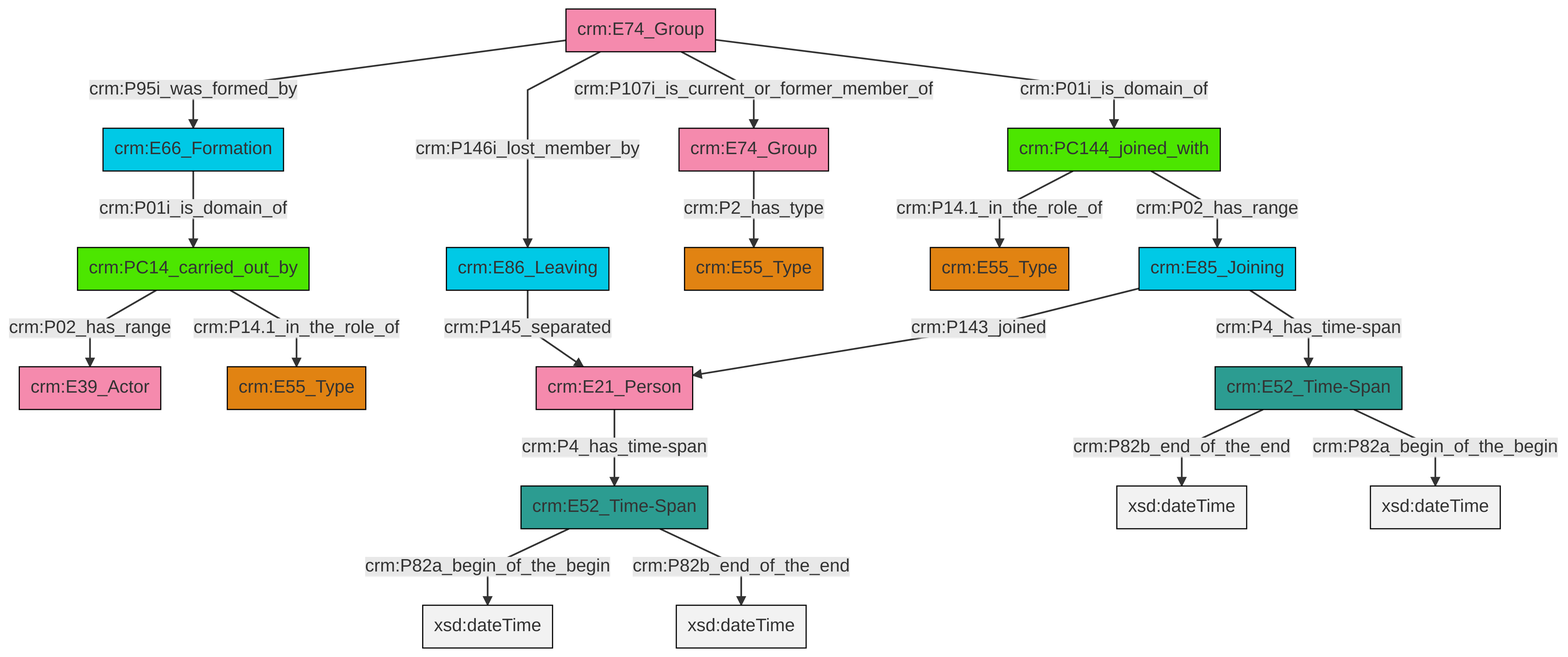
The Mermaid diagram et/groupCSV/ttl/mmd/png/group_actor_relations.png in swiss-art-research-net/reference-data-models, before a commit. Its source is kept beside it as et/groupCSV/ttl/mmd/group_actor_relations.ttl.mmd. The source it was exported from:
```mermaid
graph TD
classDef Literal fill:#f2f2f2,stroke:#000000;
classDef CRM_Entity fill:#FFFFFF,stroke:#000000;
classDef Temporal_Entity fill:#00C9E6, stroke:#000000;
classDef Type fill:#E18312, stroke:#000000;
classDef Time-Span fill:#2C9C91, stroke:#000000;
classDef Appellation fill:#FFEB7F, stroke:#000000;
classDef Place fill:#008836, stroke:#000000;
classDef Persistent_Item fill:#B266B2, stroke:#000000;
classDef Conceptual_Object fill:#FFD700, stroke:#000000;
classDef Physical_Thing fill:#D2B48C, stroke:#000000;
classDef Actor fill:#f58aad, stroke:#000000;
classDef PC_Classes fill:#4ce600, stroke:#000000;
classDef Multi fill:#cccccc,stroke:#000000;

2["crm:E86_Leaving"]:::Temporal_Entity -->|crm:P145_separated| 0["crm:E21_Person"]:::Actor
0["crm:E21_Person"]:::Actor -->|crm:P4_has_time-span| 3["crm:E52_Time-Span"]:::Time-Span
9["crm:E74_Group"]:::Actor -->|crm:P95i_was_formed_by| 10["crm:E66_Formation"]:::Temporal_Entity
9["crm:E74_Group"]:::Actor -->|crm:P146i_lost_member_by| 2["crm:E86_Leaving"]:::Temporal_Entity
10["crm:E66_Formation"]:::Temporal_Entity -->|crm:P01i_is_domain_of| 15["crm:PC14_carried_out_by"]:::PC_Classes
15["crm:PC14_carried_out_by"]:::PC_Classes -->|crm:P02_has_range| 20["crm:E39_Actor"]:::Actor
9["crm:E74_Group"]:::Actor -->|crm:P107i_is_current_or_former_member_of| 21["crm:E74_Group"]:::Actor
11["crm:E85_Joining"]:::Temporal_Entity -->|crm:P143_joined| 0["crm:E21_Person"]:::Actor
6["crm:PC144_joined_with"]:::PC_Classes -->|crm:P14.1_in_the_role_of| 16["crm:E55_Type"]:::Type
6["crm:PC144_joined_with"]:::PC_Classes -->|crm:P02_has_range| 11["crm:E85_Joining"]:::Temporal_Entity
4["crm:E52_Time-Span"]:::Time-Span -->|crm:P82b_end_of_the_end| 26[xsd:dateTime]:::Literal
3["crm:E52_Time-Span"]:::Time-Span -->|crm:P82a_begin_of_the_begin| 27[xsd:dateTime]:::Literal
21["crm:E74_Group"]:::Actor -->|crm:P2_has_type| 22["crm:E55_Type"]:::Type
4["crm:E52_Time-Span"]:::Time-Span -->|crm:P82a_begin_of_the_begin| 29[xsd:dateTime]:::Literal
3["crm:E52_Time-Span"]:::Time-Span -->|crm:P82b_end_of_the_end| 30[xsd:dateTime]:::Literal
15["crm:PC14_carried_out_by"]:::PC_Classes -->|crm:P14.1_in_the_role_of| 13["crm:E55_Type"]:::Type
9["crm:E74_Group"]:::Actor -->|crm:P01i_is_domain_of| 6["crm:PC144_joined_with"]:::PC_Classes
11["crm:E85_Joining"]:::Temporal_Entity -->|crm:P4_has_time-span| 4["crm:E52_Time-Span"]:::Time-Span
```
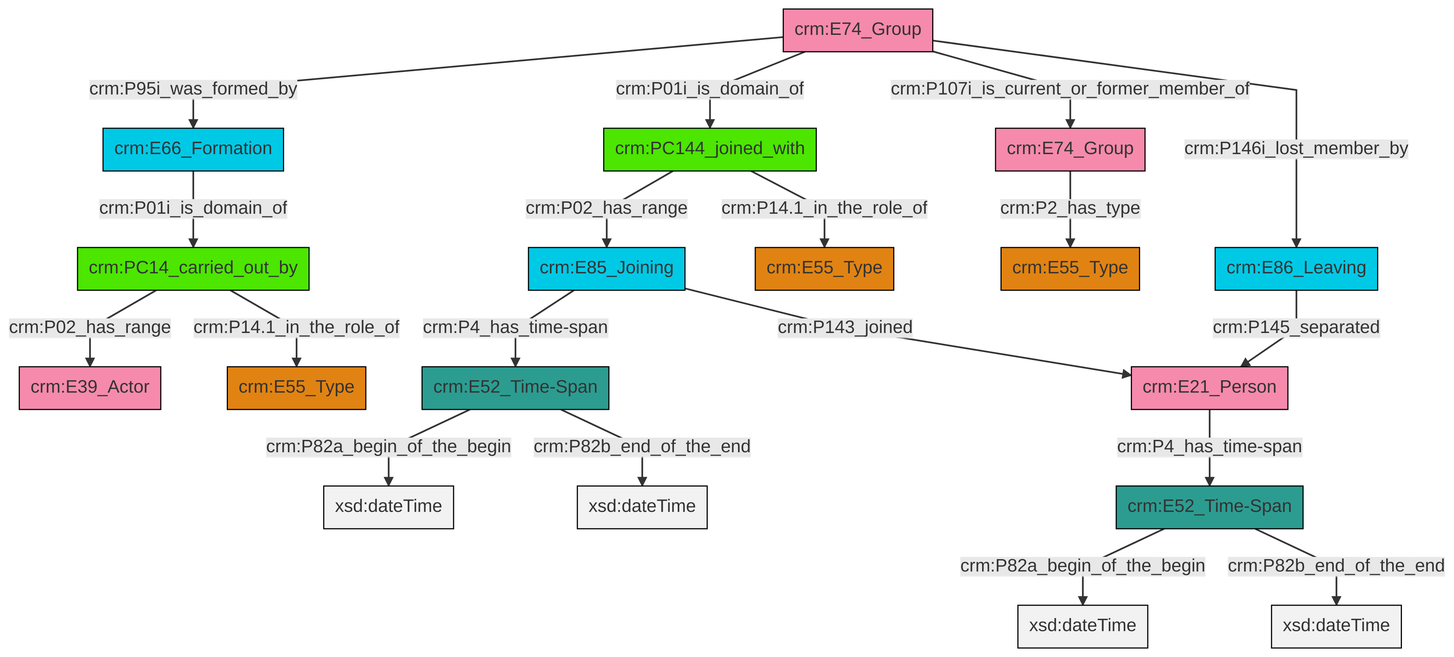
After the change.

Change to the diagram source:
```diff
@@ -13,21 +13,21 @@
 classDef PC_Classes fill:#4ce600, stroke:#000000;
 classDef Multi fill:#cccccc,stroke:#000000;
 
-2["crm:E86_Leaving"]:::Temporal_Entity -->|crm:P145_separated| 0["crm:E21_Person"]:::Actor
-0["crm:E21_Person"]:::Actor -->|crm:P4_has_time-span| 3["crm:E52_Time-Span"]:::Time-Span
-9["crm:E74_Group"]:::Actor -->|crm:P95i_was_formed_by| 10["crm:E66_Formation"]:::Temporal_Entity
-9["crm:E74_Group"]:::Actor -->|crm:P146i_lost_member_by| 2["crm:E86_Leaving"]:::Temporal_Entity
-10["crm:E66_Formation"]:::Temporal_Entity -->|crm:P01i_is_domain_of| 15["crm:PC14_carried_out_by"]:::PC_Classes
-15["crm:PC14_carried_out_by"]:::PC_Classes -->|crm:P02_has_range| 20["crm:E39_Actor"]:::Actor
-9["crm:E74_Group"]:::Actor -->|crm:P107i_is_current_or_former_member_of| 21["crm:E74_Group"]:::Actor
-11["crm:E85_Joining"]:::Temporal_Entity -->|crm:P143_joined| 0["crm:E21_Person"]:::Actor
-6["crm:PC144_joined_with"]:::PC_Classes -->|crm:P14.1_in_the_role_of| 16["crm:E55_Type"]:::Type
-6["crm:PC144_joined_with"]:::PC_Classes -->|crm:P02_has_range| 11["crm:E85_Joining"]:::Temporal_Entity
-4["crm:E52_Time-Span"]:::Time-Span -->|crm:P82b_end_of_the_end| 26[xsd:dateTime]:::Literal
-3["crm:E52_Time-Span"]:::Time-Span -->|crm:P82a_begin_of_the_begin| 27[xsd:dateTime]:::Literal
-21["crm:E74_Group"]:::Actor -->|crm:P2_has_type| 22["crm:E55_Type"]:::Type
-4["crm:E52_Time-Span"]:::Time-Span -->|crm:P82a_begin_of_the_begin| 29[xsd:dateTime]:::Literal
-3["crm:E52_Time-Span"]:::Time-Span -->|crm:P82b_end_of_the_end| 30[xsd:dateTime]:::Literal
-15["crm:PC14_carried_out_by"]:::PC_Classes -->|crm:P14.1_in_the_role_of| 13["crm:E55_Type"]:::Type
-9["crm:E74_Group"]:::Actor -->|crm:P01i_is_domain_of| 6["crm:PC144_joined_with"]:::PC_Classes
-11["crm:E85_Joining"]:::Temporal_Entity -->|crm:P4_has_time-span| 4["crm:E52_Time-Span"]:::Time-Span
+4["crm:E66_Formation"]:::Temporal_Entity -->|crm:P01i_is_domain_of| 5["crm:PC14_carried_out_by"]:::PC_Classes
+5["crm:PC14_carried_out_by"]:::PC_Classes -->|crm:P02_has_range| 6["crm:E39_Actor"]:::Actor
+7["crm:E21_Person"]:::Actor -->|crm:P4_has_time-span| 0["crm:E52_Time-Span"]:::Time-Span
+15["crm:PC144_joined_with"]:::PC_Classes -->|crm:P02_has_range| 12["crm:E85_Joining"]:::Temporal_Entity
+0["crm:E52_Time-Span"]:::Time-Span -->|crm:P82a_begin_of_the_begin| 16[xsd:dateTime]:::Literal
+12["crm:E85_Joining"]:::Temporal_Entity -->|crm:P4_has_time-span| 20["crm:E52_Time-Span"]:::Time-Span
+5["crm:PC14_carried_out_by"]:::PC_Classes -->|crm:P14.1_in_the_role_of| 21["crm:E55_Type"]:::Type
+17["crm:E86_Leaving"]:::Temporal_Entity -->|crm:P145_separated| 7["crm:E21_Person"]:::Actor
+15["crm:PC144_joined_with"]:::PC_Classes -->|crm:P14.1_in_the_role_of| 8["crm:E55_Type"]:::Type
+10["crm:E74_Group"]:::Actor -->|crm:P95i_was_formed_by| 4["crm:E66_Formation"]:::Temporal_Entity
+20["crm:E52_Time-Span"]:::Time-Span -->|crm:P82a_begin_of_the_begin| 28[xsd:dateTime]:::Literal
+12["crm:E85_Joining"]:::Temporal_Entity -->|crm:P143_joined| 7["crm:E21_Person"]:::Actor
+10["crm:E74_Group"]:::Actor -->|crm:P01i_is_domain_of| 15["crm:PC144_joined_with"]:::PC_Classes
+10["crm:E74_Group"]:::Actor -->|crm:P107i_is_current_or_former_member_of| 26["crm:E74_Group"]:::Actor
+20["crm:E52_Time-Span"]:::Time-Span -->|crm:P82b_end_of_the_end| 30[xsd:dateTime]:::Literal
+10["crm:E74_Group"]:::Actor -->|crm:P146i_lost_member_by| 17["crm:E86_Leaving"]:::Temporal_Entity
+26["crm:E74_Group"]:::Actor -->|crm:P2_has_type| 2["crm:E55_Type"]:::Type
+0["crm:E52_Time-Span"]:::Time-Span -->|crm:P82b_end_of_the_end| 34[xsd:dateTime]:::Literal
```
